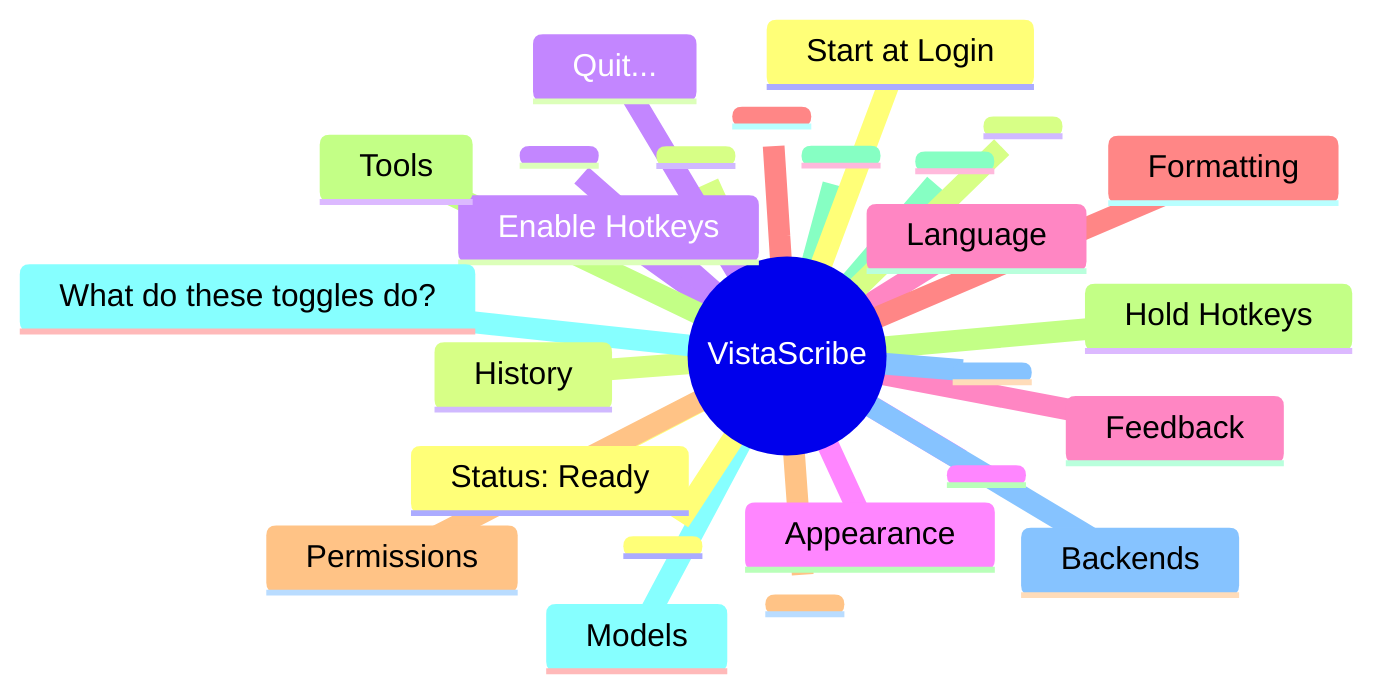
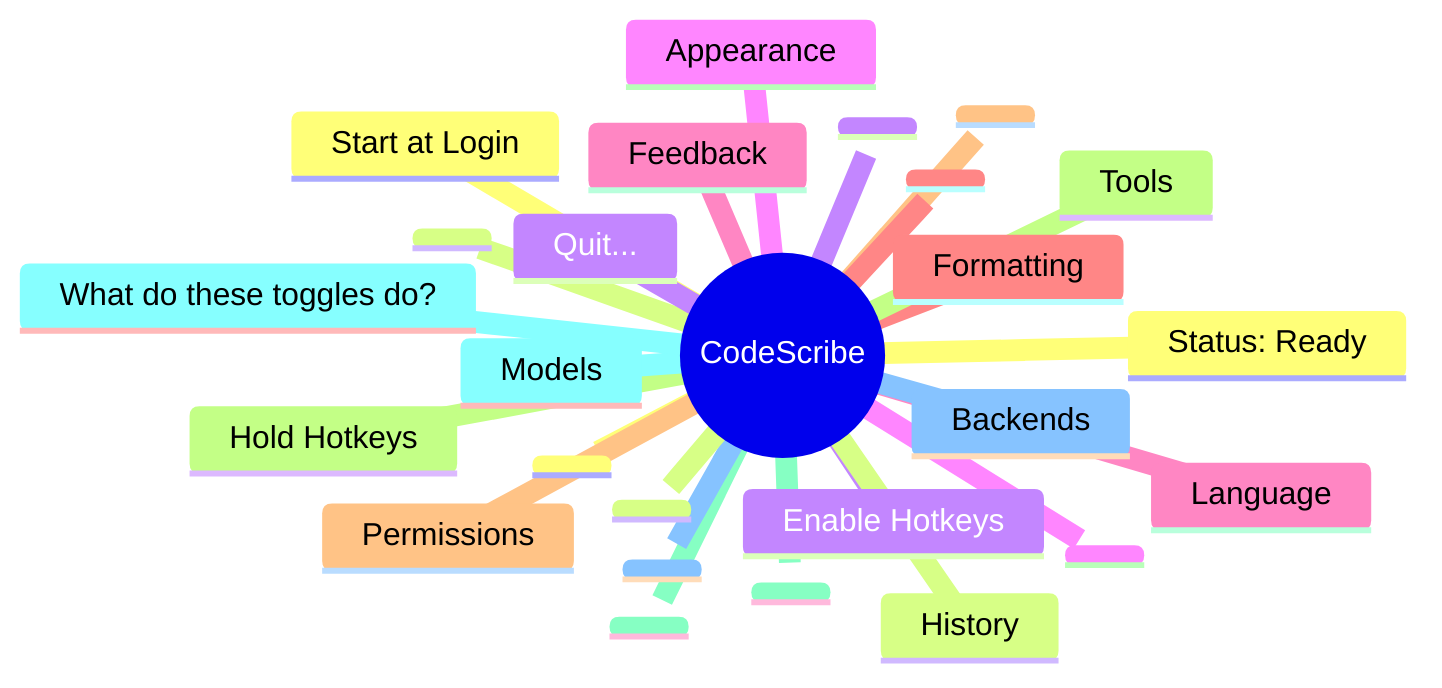
```mermaid
mindmap
-   root((VistaScribe))
+   root((CodeScribe))
    Status: Ready
    <rumps.rumps.SeparatorMenuItem object at 0x10dd5ade0>
    Enable Hotkeys
    <rumps.rumps.SeparatorMenuItem object at 0x10e005580>
    Language
    Formatting
    <rumps.rumps.SeparatorMenuItem object at 0x10e005760>
    Hold Hotkeys
    <rumps.rumps.SeparatorMenuItem object at 0x10e005880>
    Models
    Backends
    <rumps.rumps.SeparatorMenuItem object at 0x10e005a60>
    History
    <rumps.rumps.SeparatorMenuItem object at 0x10e005b80>
    Appearance
    Feedback
    <rumps.rumps.SeparatorMenuItem object at 0x10e005d60>
    Permissions
    Tools
    <rumps.rumps.SeparatorMenuItem object at 0x10e005f40>
    What do these toggles do?
    <rumps.rumps.SeparatorMenuItem object at 0x10e006120>
    Start at Login
    <rumps.rumps.SeparatorMenuItem object at 0x10e006300>
    Quit...
```
